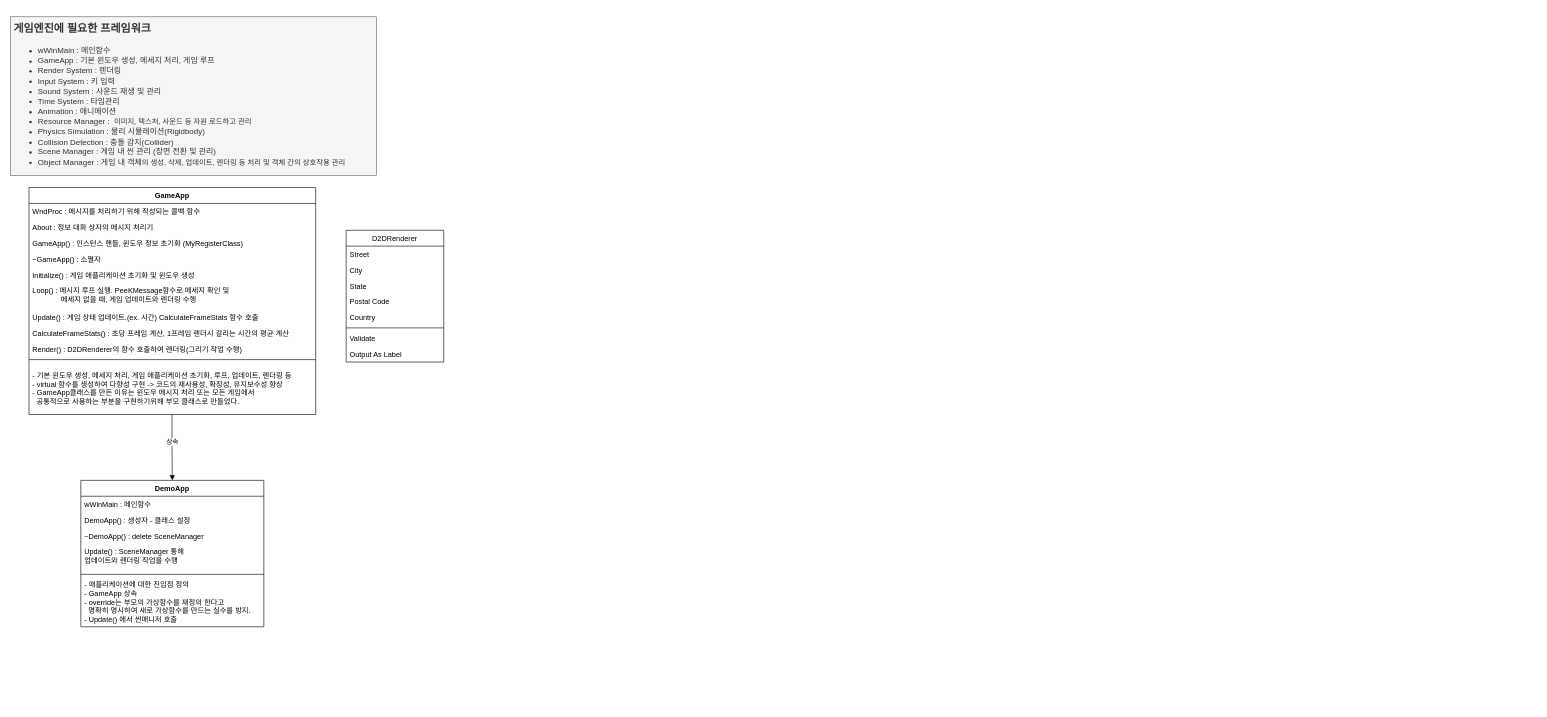
Before: Pro52Homework/Q2/D2D 클래스 다이어그램.drawio in szzelln/Programming52, a draw.io diagram. Source tidied: cells renumbered, new cells numbered last; positions are measured from the earlier drawing's top-left corner, leaving out a move shared by most shapes. Both pictures are drawn from the tidied source at 61%, with x=0, y=0 at pixel (10, 16).
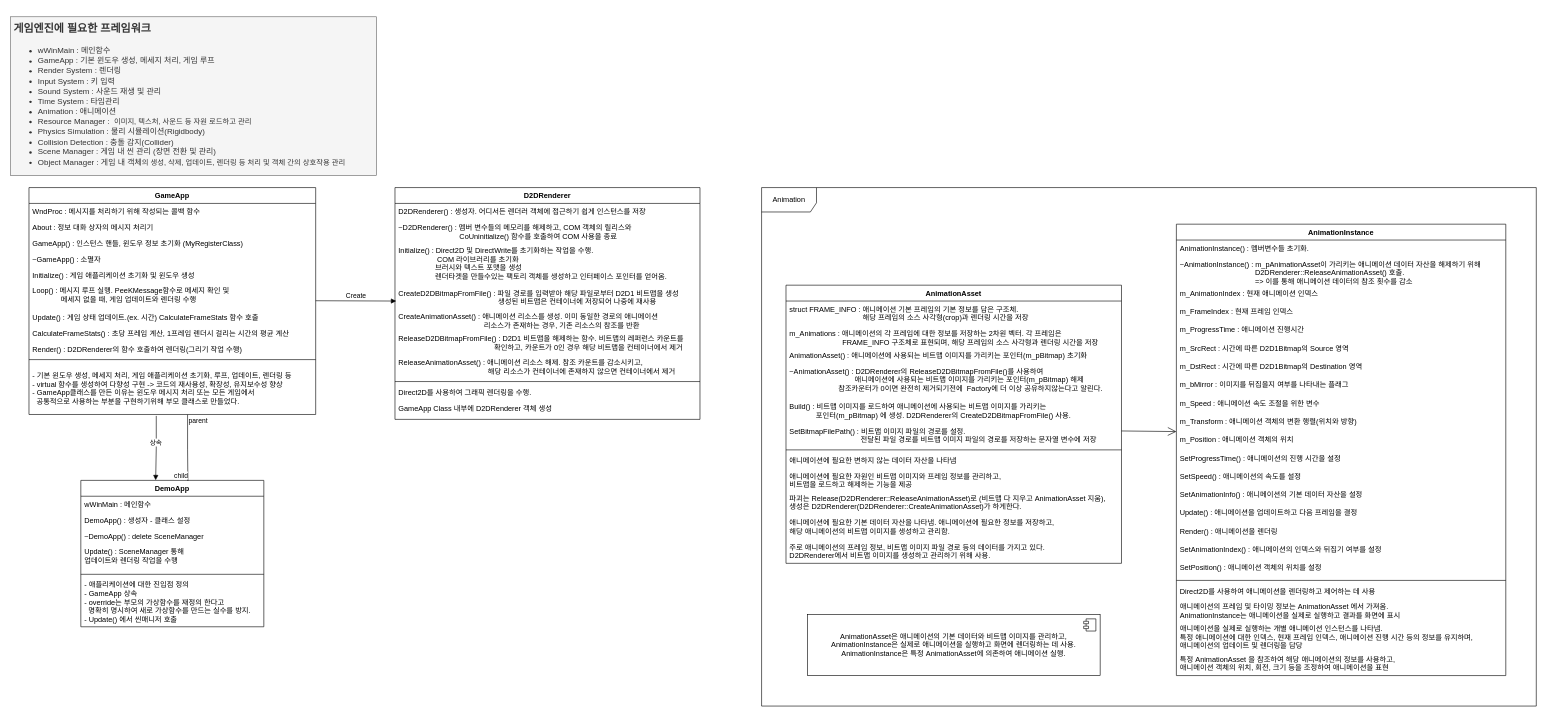
After the change.

Commit message:
D2D 클래스 다이어그램.drawio 업데이트

The change refers to these unchanged cells:
```xml
<mxCell id="13" value="- 기본 윈도우 생성, 메세지 처리, 게임 애플리케이션 초기화, 루프, 업데이트, 렌더링 등&#10;- virtual 함수를 생성하여 다향성 구현 -&gt; 코드의 재사용성, 확장성, 유지보수성 향상&#10;- GameApp클래스를 만든 이유는 윈도우 메시지 처리 또는 모든 게임에서&#10;  공통적으로 사용하는 부분을 구현하기위해 부모 클래스로 만들었다." style="text;align=left;verticalAlign=middle;spacingLeft=4;spacingRight=4;overflow=hidden;points=[[0,0.5],[1,0.5]];portConstraint=eastwest;" parent="2" vertex="1">
  <mxGeometry y="286" width="470" height="86" as="geometry" />
</mxCell>
<mxCell id="24" value="DemoApp" style="swimlane;fontStyle=1;align=center;verticalAlign=top;horizontal=1;startSize=26;rounded=0;shadow=0;strokeWidth=1;" parent="1" vertex="1">
  <mxGeometry x="115" y="760" width="300" height="240" as="geometry" />
</mxCell>
```

What changed in the source:
```diff
@@
-    <mxCell id="15" value="D2DRenderer" style="swimlane;fontStyle=0;align=center;verticalAlign=top;horizontal=1;startSize=26;rounded=0;shadow=0;strokeWidth=1;" parent="1" vertex="1">
-      <mxGeometry x="550" y="350" width="160" height="216" as="geometry" />
+    <mxCell id="15" value="D2DRenderer" style="swimlane;fontStyle=1;align=center;verticalAlign=top;horizontal=1;startSize=26;rounded=0;shadow=0;strokeWidth=1;" parent="1" vertex="1">
+      <mxGeometry x="630" y="280" width="500" height="380" as="geometry" />
     </mxCell>
-    <mxCell id="16" value="Street" style="text;align=left;verticalAlign=top;spacingLeft=4;spacingRight=4;overflow=hidden;" parent="15" vertex="1">
-      <mxGeometry y="26" width="160" height="26" as="geometry" />
+    <mxCell id="16" value="D2DRenderer() : 생성자. 어디서든 렌더러 객체에 접근하기 쉽게 인스턴스를 저장" style="text;align=left;verticalAlign=top;spacingLeft=4;spacingRight=4;overflow=hidden;" parent="15" vertex="1">
+      <mxGeometry y="26" width="500" height="26" as="geometry" />
     </mxCell>
-    <mxCell id="17" value="City" style="text;align=left;verticalAlign=top;spacingLeft=4;spacingRight=4;overflow=hidden;rounded=0;shadow=0;html=0;" parent="15" vertex="1">
-      <mxGeometry y="52" width="160" height="26" as="geometry" />
+    <mxCell id="17" value="~D2DRenderer() : 멤버 변수들의 메모리를 해제하고, COM 객체의 릴리스와&#10;                              CoUninitialize() 함수를 호출하여 COM 사용을 종료" style="text;align=left;verticalAlign=top;spacingLeft=4;spacingRight=4;overflow=hidden;rounded=0;shadow=0;html=0;" parent="15" vertex="1">
+      <mxGeometry y="52" width="500" height="38" as="geometry" />
     </mxCell>
-    <mxCell id="18" value="State" style="text;align=left;verticalAlign=top;spacingLeft=4;spacingRight=4;overflow=hidden;rounded=0;shadow=0;html=0;" parent="15" vertex="1">
-      <mxGeometry y="78" width="160" height="26" as="geometry" />
+    <mxCell id="18" value="Initialize() : Direct2D 및 DirectWrite를 초기화하는 작업을 수행.&#10;                   COM 라이브러리를 초기화&#10;                  브러시와 텍스트 포맷을 생성&#10;                  렌더타겟을 만들수있는 팩토리 객체를 생성하고 인터페이스 포인터를 얻어옴." style="text;align=left;verticalAlign=top;spacingLeft=4;spacingRight=4;overflow=hidden;rounded=0;shadow=0;html=0;" parent="15" vertex="1">
+      <mxGeometry y="90" width="500" height="70" as="geometry" />
     </mxCell>
-    <mxCell id="19" value="Postal Code" style="text;align=left;verticalAlign=top;spacingLeft=4;spacingRight=4;overflow=hidden;rounded=0;shadow=0;html=0;" parent="15" vertex="1">
-      <mxGeometry y="104" width="160" height="26" as="geometry" />
-    </mxCell>
+    <mxCell id="32" value="CreateD2DBitmapFromFile() : 파일 경로를 입력받아 해당 파일로부터 D2D1 비트맵을 생성&#10;                                                 생성된 비트맵은 컨테이너에 저장되어 나중에 재사용" style="text;align=left;verticalAlign=top;spacingLeft=4;spacingRight=4;overflow=hidden;points=[[0,0.5],[1,0.5]];portConstraint=eastwest;rounded=0;shadow=0;html=0;" parent="15" vertex="1">
+      <mxGeometry y="160" width="500" height="38" as="geometry" />
+    </mxCell>
-    <mxCell id="20" value="Country" style="text;align=left;verticalAlign=top;spacingLeft=4;spacingRight=4;overflow=hidden;rounded=0;shadow=0;html=0;" parent="15" vertex="1">
-      <mxGeometry y="130" width="160" height="26" as="geometry" />
+    <mxCell id="20" value="CreateAnimationAsset() : 애니메이션 리소스를 생성. 이미 동일한 경로의 애니메이션&#10;                                          리소스가 존재하는 경우, 기존 리소스의 참조를 반환" style="text;align=left;verticalAlign=top;spacingLeft=4;spacingRight=4;overflow=hidden;rounded=0;shadow=0;html=0;" parent="15" vertex="1">
+      <mxGeometry y="198" width="500" height="36" as="geometry" />
     </mxCell>
+    <mxCell id="33" value="ReleaseD2DBitmapFromFile() : D2D1 비트맵을 해제하는 함수. 비트맵의 레퍼런스 카운트를&#10;                                               확인하고, 카운트가 0인 경우 해당 비트맵을 컨테이너에서 제거" style="text;align=left;verticalAlign=top;spacingLeft=4;spacingRight=4;overflow=hidden;rounded=0;shadow=0;html=0;" parent="15" vertex="1">
+      <mxGeometry y="234" width="500" height="40" as="geometry" />
+    </mxCell>
+    <mxCell id="34" value="ReleaseAnimationAsset() : 애니메이션 리소스 해제. 참조 카운트를 감소시키고,&#10;                                            해당 리소스가 컨테이너에 존재하지 않으면 컨테이너에서 제거" style="text;align=left;verticalAlign=top;spacingLeft=4;spacingRight=4;overflow=hidden;rounded=0;shadow=0;html=0;" parent="15" vertex="1">
+      <mxGeometry y="274" width="500" height="40" as="geometry" />
+    </mxCell>
     <mxCell id="21" style="line;html=1;strokeWidth=1;align=left;verticalAlign=middle;spacingTop=-1;spacingLeft=3;spacingRight=3;labelPosition=right;" parent="15" vertex="1">
-      <mxGeometry y="156" width="160" height="8" as="geometry" />
+      <mxGeometry y="314" width="500" height="8" as="geometry" />
     </mxCell>
-    <mxCell id="22" value="Validate" style="text;align=left;verticalAlign=top;spacingLeft=4;spacingRight=4;overflow=hidden;" parent="15" vertex="1">
-      <mxGeometry y="164" width="160" height="26" as="geometry" />
+    <mxCell id="22" value="Direct2D를 사용하여 그래픽 렌더링을 수행." style="text;align=left;verticalAlign=top;spacingLeft=4;spacingRight=4;overflow=hidden;" parent="15" vertex="1">
+      <mxGeometry y="322" width="500" height="26" as="geometry" />
     </mxCell>
-    <mxCell id="23" value="Output As Label" style="text;align=left;verticalAlign=top;spacingLeft=4;spacingRight=4;overflow=hidden;" parent="15" vertex="1">
-      <mxGeometry y="190" width="160" height="26" as="geometry" />
+    <mxCell id="23" value="GameApp Class 내부에 D2DRenderer 객체 생성" style="text;align=left;verticalAlign=top;spacingLeft=4;spacingRight=4;overflow=hidden;" parent="15" vertex="1">
+      <mxGeometry y="348" width="500" height="26" as="geometry" />
     </mxCell>
@@
-    <mxCell id="31" value="상속" style="html=1;verticalAlign=bottom;endArrow=block;edgeStyle=elbowEdgeStyle;elbow=vertical;curved=0;rounded=0;entryX=0.5;entryY=0;entryDx=0;entryDy=0;" parent="1" edge="1" target="24">
-      <mxGeometry relative="1" as="geometry">
-        <mxPoint x="264.5" y="652" as="sourcePoint" />
-      </mxGeometry>
+    <mxCell id="31" value="상속" style="html=1;verticalAlign=bottom;endArrow=block;edgeStyle=elbowEdgeStyle;elbow=vertical;curved=0;rounded=0;entryX=0.409;entryY=-0.001;entryDx=0;entryDy=0;exitX=0.444;exitY=1.026;exitDx=0;exitDy=0;exitPerimeter=0;entryPerimeter=0;" parent="1" edge="1" source="13" target="24">
+      <mxGeometry relative="1" as="geometry" />
     </mxCell>
+    <mxCell id="35" value="Create" style="html=1;verticalAlign=bottom;endArrow=block;edgeStyle=elbowEdgeStyle;elbow=vertical;curved=0;rounded=0;entryX=0.004;entryY=0.684;entryDx=0;entryDy=0;entryPerimeter=0;" parent="1" edge="1" target="32">
+      <mxGeometry relative="1" as="geometry">
+        <mxPoint x="500" y="465.5" as="sourcePoint" />
+      </mxGeometry>
+    </mxCell>
+    <mxCell id="36" value="Animation" style="shape=umlFrame;whiteSpace=wrap;html=1;width=90;height=40;" parent="1" vertex="1">
+      <mxGeometry x="1231" y="280" width="1270" height="850" as="geometry" />
+    </mxCell>
+    <mxCell id="37" value="AnimationAsset" style="swimlane;fontStyle=1;align=center;verticalAlign=top;horizontal=1;startSize=26;rounded=0;shadow=0;strokeWidth=1;" parent="1" vertex="1">
+      <mxGeometry x="1271" y="440" width="550" height="456" as="geometry" />
+    </mxCell>
+    <mxCell id="38" value="struct FRAME_INFO : 애니메이션 기본 프레임의 기본 정보를 담은 구조체.&#10;                                    해당 프레임의 소스 사각형(crop)과 렌더링 시간을 저장" style="text;align=left;verticalAlign=top;spacingLeft=4;spacingRight=4;overflow=hidden;rounded=0;shadow=0;html=0;" parent="37" vertex="1">
+      <mxGeometry y="26" width="550" height="40" as="geometry" />
+    </mxCell>
+    <mxCell id="39" value="m_Animations : 애니메이션의 각 프레임에 대한 정보를 저장하는 2차원 벡터. 각 프레임은&#10;                          FRAME_INFO 구조체로 표현되며, 해당 프레임의 소스 사각형과 렌더링 시간을 저장" style="text;align=left;verticalAlign=top;spacingLeft=4;spacingRight=4;overflow=hidden;" parent="37" vertex="1">
+      <mxGeometry y="66" width="550" height="36" as="geometry" />
+    </mxCell>
+    <mxCell id="40" value="AnimationAsset() : 애니메이션에 사용되는 비트맵 이미지를 가리키는 포인터(m_pBitmap) 초기화" style="text;align=left;verticalAlign=top;spacingLeft=4;spacingRight=4;overflow=hidden;" parent="37" vertex="1">
+      <mxGeometry y="102" width="550" height="26" as="geometry" />
+    </mxCell>
+    <mxCell id="41" value="~AnimationAsset() : D2DRenderer의 ReleaseD2DBitmapFromFile()를 사용하여&#10;                                애니메이션에 사용되는 비트맵 이미지를 가리키는 포인터(m_pBitmap) 해제&#10;                        참조카운터가 0이면 완전히 제거되기전에  Factory에 더 이상 공유하지않는다고 알린다." style="text;align=left;verticalAlign=top;spacingLeft=4;spacingRight=4;overflow=hidden;rounded=0;shadow=0;html=0;" parent="37" vertex="1">
+      <mxGeometry y="128" width="550" height="58" as="geometry" />
+    </mxCell>
+    <mxCell id="42" value="Build() : 비트맵 이미지를 로드하여 애니메이션에 사용되는 비트맵 이미지를 가리키는&#10;             포인터(m_pBitmap) 에 생성. D2DRenderer의 CreateD2DBitmapFromFile() 사용." style="text;align=left;verticalAlign=top;spacingLeft=4;spacingRight=4;overflow=hidden;rounded=0;shadow=0;html=0;" parent="37" vertex="1">
+      <mxGeometry y="186" width="550" height="40" as="geometry" />
+    </mxCell>
+    <mxCell id="43" value="SetBitmapFilePath() : 비트맵 이미지 파일의 경로를 설정.&#10;                                   전달된 파일 경로를 비트맵 이미지 파일의 경로를 저장하는 문자열 변수에 저장" style="text;align=left;verticalAlign=top;spacingLeft=4;spacingRight=4;overflow=hidden;rounded=0;shadow=0;html=0;" parent="37" vertex="1">
+      <mxGeometry y="226" width="550" height="40" as="geometry" />
+    </mxCell>
+    <mxCell id="44" style="line;html=1;strokeWidth=1;align=left;verticalAlign=middle;spacingTop=-1;spacingLeft=3;spacingRight=3;labelPosition=right;" parent="37" vertex="1">
+      <mxGeometry y="266" width="550" height="8" as="geometry" />
+    </mxCell>
+    <mxCell id="45" value="애니메이션에 필요한 변하지 않는 데이터 자산을 나타냄" style="text;align=left;verticalAlign=top;spacingLeft=4;spacingRight=4;overflow=hidden;" parent="37" vertex="1">
+      <mxGeometry y="274" width="550" height="26" as="geometry" />
+    </mxCell>
+    <mxCell id="46" value="애니메이션에 필요한 자원인 비트맵 이미지와 프레임 정보를 관리하고,&#10;비트맵을 로드하고 해제하는 기능을 제공" style="text;align=left;verticalAlign=top;spacingLeft=4;spacingRight=4;overflow=hidden;" parent="37" vertex="1">
+      <mxGeometry y="300" width="550" height="36" as="geometry" />
+    </mxCell>
+    <mxCell id="47" value="파괴는 Release(D2DRenderer::ReleaseAnimationAsset)로 (비트맵 다 지우고 AnimationAsset 지움),&#10;생성은 D2DRenderer(D2DRenderer::CreateAnimationAsset)가 하게한다." style="text;align=left;verticalAlign=top;spacingLeft=4;spacingRight=4;overflow=hidden;" parent="37" vertex="1">
+      <mxGeometry y="336" width="550" height="40" as="geometry" />
+    </mxCell>
+    <mxCell id="48" value="애니메이션에 필요한 기본 데이터 자산을 나타냄. 애니메이션에 필요한 정보를 저장하고,&#10;해당 애니메이션의 비트맵 이미지를 생성하고 관리함." style="text;align=left;verticalAlign=top;spacingLeft=4;spacingRight=4;overflow=hidden;" parent="37" vertex="1">
+      <mxGeometry y="376" width="550" height="40" as="geometry" />
+    </mxCell>
+    <mxCell id="49" value="주로 애니메이션의 프레임 정보, 비트맵 이미지 파일 경로 등의 데이터를 가지고 있다.&#10;D2DRenderer에서 비트맵 이미지를 생성하고 관리하기 위해 사용." style="text;align=left;verticalAlign=top;spacingLeft=4;spacingRight=4;overflow=hidden;" parent="37" vertex="1">
+      <mxGeometry y="416" width="550" height="40" as="geometry" />
+    </mxCell>
+    <mxCell id="50" value="AnimationInstance" style="swimlane;fontStyle=1;align=center;verticalAlign=top;horizontal=1;startSize=26;rounded=0;shadow=0;strokeWidth=1;" parent="1" vertex="1">
+      <mxGeometry x="1911" y="340" width="540" height="740" as="geometry" />
+    </mxCell>
+    <mxCell id="51" value="AnimationInstance() : 멤버변수들 초기화." style="text;align=left;verticalAlign=top;spacingLeft=4;spacingRight=4;overflow=hidden;" parent="50" vertex="1">
+      <mxGeometry y="26" width="540" height="26" as="geometry" />
+    </mxCell>
+    <mxCell id="52" value="~AnimationInstance() : m_pAnimationAsset이 가리키는 애니메이션 데이터 자산을 해제하기 위해&#10;                                     D2DRenderer::ReleaseAnimationAsset() 호출.&#10;                                     =&gt; 이를 통해 애니메이션 데이터의 참조 횟수를 감소&#10;" style="text;align=left;verticalAlign=top;spacingLeft=4;spacingRight=4;overflow=hidden;rounded=0;shadow=0;html=0;" parent="50" vertex="1">
+      <mxGeometry y="52" width="540" height="48" as="geometry" />
+    </mxCell>
+    <mxCell id="53" value="m_AnimationIndex : 현재 애니메이션 인덱스" style="text;align=left;verticalAlign=top;spacingLeft=4;spacingRight=4;overflow=hidden;rounded=0;shadow=0;html=0;" parent="50" vertex="1">
+      <mxGeometry y="100" width="540" height="30" as="geometry" />
+    </mxCell>
+    <mxCell id="54" value="m_FrameIndex : 현재 프레임 인덱스" style="text;align=left;verticalAlign=top;spacingLeft=4;spacingRight=4;overflow=hidden;rounded=0;shadow=0;html=0;" parent="50" vertex="1">
+      <mxGeometry y="130" width="540" height="30" as="geometry" />
+    </mxCell>
+    <mxCell id="55" value="m_ProgressTime : 애니메이션 진행시간" style="text;align=left;verticalAlign=top;spacingLeft=4;spacingRight=4;overflow=hidden;rounded=0;shadow=0;html=0;" parent="50" vertex="1">
+      <mxGeometry y="160" width="540" height="30" as="geometry" />
+    </mxCell>
+    <mxCell id="56" value="m_SrcRect : 시간에 따른 D2D1Bitmap의 Source 영역" style="text;align=left;verticalAlign=top;spacingLeft=4;spacingRight=4;overflow=hidden;rounded=0;shadow=0;html=0;" parent="50" vertex="1">
+      <mxGeometry y="190" width="540" height="30" as="geometry" />
+    </mxCell>
+    <mxCell id="57" value="m_DstRect : 시간에 따른 D2D1Bitmap의 Destination 영역" style="text;align=left;verticalAlign=top;spacingLeft=4;spacingRight=4;overflow=hidden;rounded=0;shadow=0;html=0;" parent="50" vertex="1">
+      <mxGeometry y="220" width="540" height="30" as="geometry" />
+    </mxCell>
+    <mxCell id="58" value="m_bMirror : 이미지를 뒤집을지 여부를 나타내는 플래그" style="text;align=left;verticalAlign=top;spacingLeft=4;spacingRight=4;overflow=hidden;rounded=0;shadow=0;html=0;" parent="50" vertex="1">
+      <mxGeometry y="250" width="540" height="30" as="geometry" />
+    </mxCell>
+    <mxCell id="59" value="m_Speed : 애니메이션 속도 조절을 위한 변수" style="text;align=left;verticalAlign=top;spacingLeft=4;spacingRight=4;overflow=hidden;rounded=0;shadow=0;html=0;" parent="50" vertex="1">
+      <mxGeometry y="280" width="540" height="30" as="geometry" />
+    </mxCell>
+    <mxCell id="60" value="m_Transform : 애니메이션 객체의 변환 행렬(위치와 방향)" style="text;align=left;verticalAlign=top;spacingLeft=4;spacingRight=4;overflow=hidden;rounded=0;shadow=0;html=0;" parent="50" vertex="1">
+      <mxGeometry y="310" width="540" height="30" as="geometry" />
+    </mxCell>
+    <mxCell id="61" value="m_Position : 애니메이션 객체의 위치" style="text;align=left;verticalAlign=top;spacingLeft=4;spacingRight=4;overflow=hidden;rounded=0;shadow=0;html=0;" parent="50" vertex="1">
+      <mxGeometry y="340" width="540" height="30" as="geometry" />
+    </mxCell>
+    <mxCell id="62" value="SetProgressTime() : 애니메이션의 진행 시간을 설정" style="text;align=left;verticalAlign=top;spacingLeft=4;spacingRight=4;overflow=hidden;rounded=0;shadow=0;html=0;" parent="50" vertex="1">
+      <mxGeometry y="370" width="540" height="30" as="geometry" />
+    </mxCell>
+    <mxCell id="63" value="SetSpeed() : 애니메이션의 속도를 설정" style="text;align=left;verticalAlign=top;spacingLeft=4;spacingRight=4;overflow=hidden;rounded=0;shadow=0;html=0;" parent="50" vertex="1">
+      <mxGeometry y="400" width="540" height="30" as="geometry" />
+    </mxCell>
+    <mxCell id="64" value="SetAnimationInfo() : 애니메이션의 기본 데이터 자산을 설정" style="text;align=left;verticalAlign=top;spacingLeft=4;spacingRight=4;overflow=hidden;rounded=0;shadow=0;html=0;" parent="50" vertex="1">
+      <mxGeometry y="430" width="540" height="30" as="geometry" />
+    </mxCell>
+    <mxCell id="65" value="Update() : 애니메이션을 업데이트하고 다음 프레임을 결정" style="text;align=left;verticalAlign=top;spacingLeft=4;spacingRight=4;overflow=hidden;rounded=0;shadow=0;html=0;" parent="50" vertex="1">
+      <mxGeometry y="460" width="540" height="30" as="geometry" />
+    </mxCell>
+    <mxCell id="66" value="Render() : 애니메이션을 렌더링" style="text;align=left;verticalAlign=top;spacingLeft=4;spacingRight=4;overflow=hidden;rounded=0;shadow=0;html=0;" parent="50" vertex="1">
+      <mxGeometry y="490" width="540" height="30" as="geometry" />
+    </mxCell>
+    <mxCell id="67" value="SetAnimationIndex() : 애니메이션의 인덱스와 뒤집기 여부를 설정" style="text;align=left;verticalAlign=top;spacingLeft=4;spacingRight=4;overflow=hidden;rounded=0;shadow=0;html=0;" parent="50" vertex="1">
+      <mxGeometry y="520" width="540" height="30" as="geometry" />
+    </mxCell>
+    <mxCell id="68" value="SetPosition() : 애니메이션 객체의 위치를 설정" style="text;align=left;verticalAlign=top;spacingLeft=4;spacingRight=4;overflow=hidden;rounded=0;shadow=0;html=0;" parent="50" vertex="1">
+      <mxGeometry y="550" width="540" height="30" as="geometry" />
+    </mxCell>
+    <mxCell id="69" style="line;html=1;strokeWidth=1;align=left;verticalAlign=middle;spacingTop=-1;spacingLeft=3;spacingRight=3;labelPosition=right;" parent="50" vertex="1">
+      <mxGeometry y="580" width="540" height="8" as="geometry" />
+    </mxCell>
+    <mxCell id="70" value=" Direct2D를 사용하여 애니메이션을 렌더링하고 제어하는 데 사용" style="text;align=left;verticalAlign=top;spacingLeft=4;spacingRight=4;overflow=hidden;" parent="50" vertex="1">
+      <mxGeometry y="588" width="540" height="26" as="geometry" />
+    </mxCell>
+    <mxCell id="71" value="애니메이션의 프레임 및 타이밍 정보는 AnimationAsset 에서 가져옴.&#10;AnimationInstance는 애니메이션을 실제로 실행하고 결과를 화면에 표시&#10;" style="text;align=left;verticalAlign=top;spacingLeft=4;spacingRight=4;overflow=hidden;" parent="50" vertex="1">
+      <mxGeometry y="614" width="540" height="36" as="geometry" />
+    </mxCell>
+    <mxCell id="72" value="애니메이션을 실제로 실행하는 개별 애니메이션 인스턴스를 나타냄.&#10;특정 애니메이션에 대한 인덱스, 현재 프레임 인덱스, 애니메이션 진행 시간 등의 정보를 유지하며,&#10;애니메이션의 업데이트 및 렌더링을 담당" style="text;align=left;verticalAlign=top;spacingLeft=4;spacingRight=4;overflow=hidden;" parent="50" vertex="1">
+      <mxGeometry y="650" width="540" height="50" as="geometry" />
+    </mxCell>
+    <mxCell id="73" value="특정 AnimationAsset 을 참조하여 해당 애니메이션의 정보를 사용하고,&#10;애니메이션 객체의 위치, 회전, 크기 등을 조정하여 애니메이션을 표현" style="text;align=left;verticalAlign=top;spacingLeft=4;spacingRight=4;overflow=hidden;" parent="50" vertex="1">
+      <mxGeometry y="700" width="540" height="40" as="geometry" />
+    </mxCell>
+    <mxCell id="74" value="AnimationAsset은 애니메이션의 기본 데이터와 비트맵 이미지를 관리하고,&lt;br&gt;AnimationInstance은&amp;nbsp;실제로 애니메이션을 실행하고 화면에 렌더링하는 데 사용.&lt;br&gt;AnimationInstance은 특정 AnimationAsset에 의존하여 애니메이션 실행." style="html=1;whiteSpace=wrap;" parent="1" vertex="1">
+      <mxGeometry x="1306" y="980" width="480" height="100" as="geometry" />
+    </mxCell>
+    <mxCell id="75" style="shape=module;jettyWidth=8;jettyHeight=4;" parent="74" vertex="1">
+      <mxGeometry x="1" width="20" height="20" relative="1" as="geometry">
+        <mxPoint x="-27" y="7" as="offset" />
+      </mxGeometry>
+    </mxCell>
+    <mxCell id="76" style="endArrow=open;endFill=1;endSize=12;html=1;rounded=0;" parent="1" edge="1">
+      <mxGeometry relative="1" as="geometry">
+        <mxPoint x="1821" y="679" as="sourcePoint" />
+        <mxPoint x="1911" y="680" as="targetPoint" />
+      </mxGeometry>
+    </mxCell>
+    <mxCell id="77" style="endArrow=none;html=1;edgeStyle=orthogonalEdgeStyle;rounded=0;exitX=0.769;exitY=1.004;exitDx=0;exitDy=0;exitPerimeter=0;entryX=0.923;entryY=0.004;entryDx=0;entryDy=0;entryPerimeter=0;" parent="1" edge="1">
+      <mxGeometry relative="1" as="geometry">
+        <mxPoint x="290" y="652.3" as="sourcePoint" />
+        <mxPoint x="290.5" y="761" as="targetPoint" />
+        <Array as="points">
+          <mxPoint x="289.6" y="710" />
+          <mxPoint x="290.6" y="710" />
+        </Array>
+      </mxGeometry>
+    </mxCell>
+    <mxCell id="78" value="parent" style="edgeLabel;html=1;align=left;verticalAlign=bottom;" parent="77" vertex="1">
+      <mxGeometry x="-1" relative="1" as="geometry">
+        <mxPoint y="18" as="offset" />
+      </mxGeometry>
+    </mxCell>
+    <mxCell id="79" value="child" style="edgeLabel;html=1;align=right;verticalAlign=bottom;" parent="77" vertex="1">
+      <mxGeometry x="1" relative="1" as="geometry">
+        <mxPoint y="-1" as="offset" />
+      </mxGeometry>
+    </mxCell>
```
